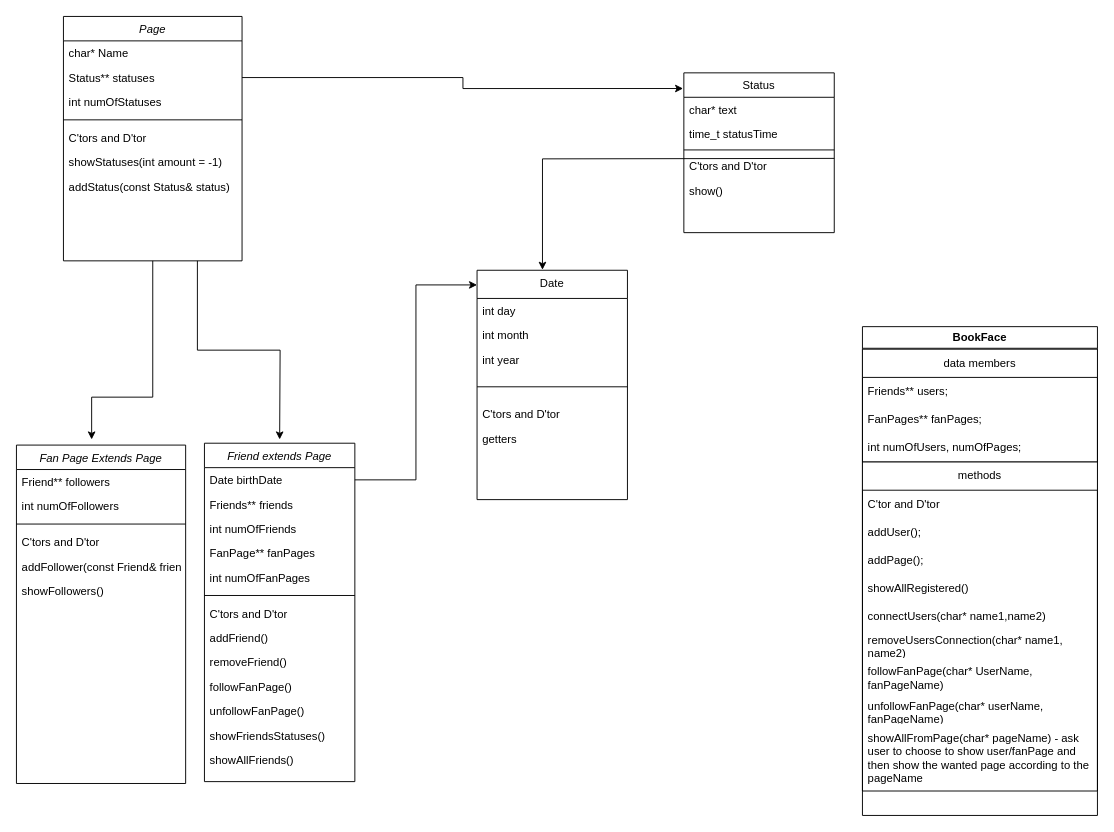
The draw.io diagram projectOverview.drawio in Gilmor7/facebook_academic, before the edit. Source tidied: cells renumbered, new cells numbered last; positions are measured from the earlier drawing's top-left corner, leaving out a move shared by most shapes. Both pictures are drawn from the tidied source at 94%, with x=0, y=0 at pixel (16, 16).
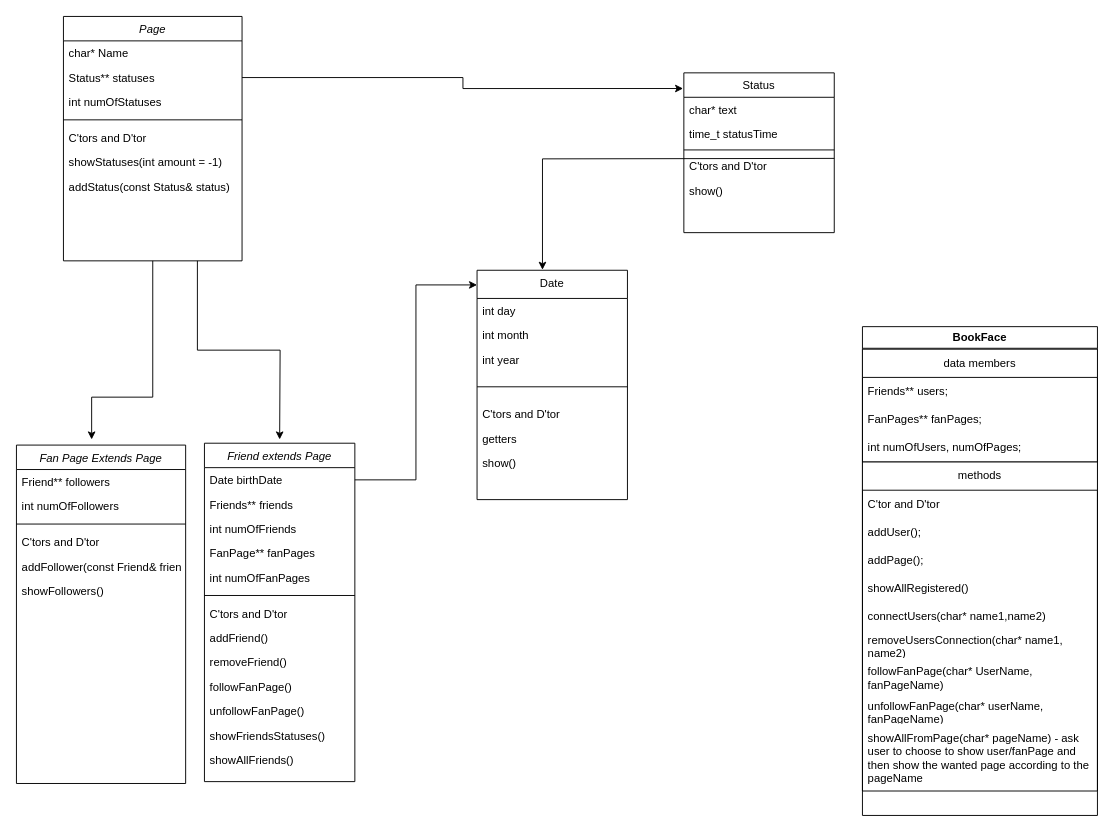
The same diagram, later.

The change refers to these unchanged cells:
```xml
<mxCell id="16" value="Date" style="swimlane;fontStyle=0;align=center;verticalAlign=top;horizontal=1;startSize=30;rounded=0;shadow=0;strokeWidth=1;" parent="1" vertex="1">
  <mxGeometry x="490" y="270" width="160" height="244" as="geometry" />
</mxCell>
```

The edit, as a diff of the source:
```diff
@@
+    <mxCell id="64" value="show()" style="text;strokeColor=none;fillColor=none;align=left;verticalAlign=top;spacingLeft=4;spacingRight=4;overflow=hidden;" parent="16" vertex="1">
+      <mxGeometry y="192" width="160" height="26" as="geometry" />
+    </mxCell>
```
